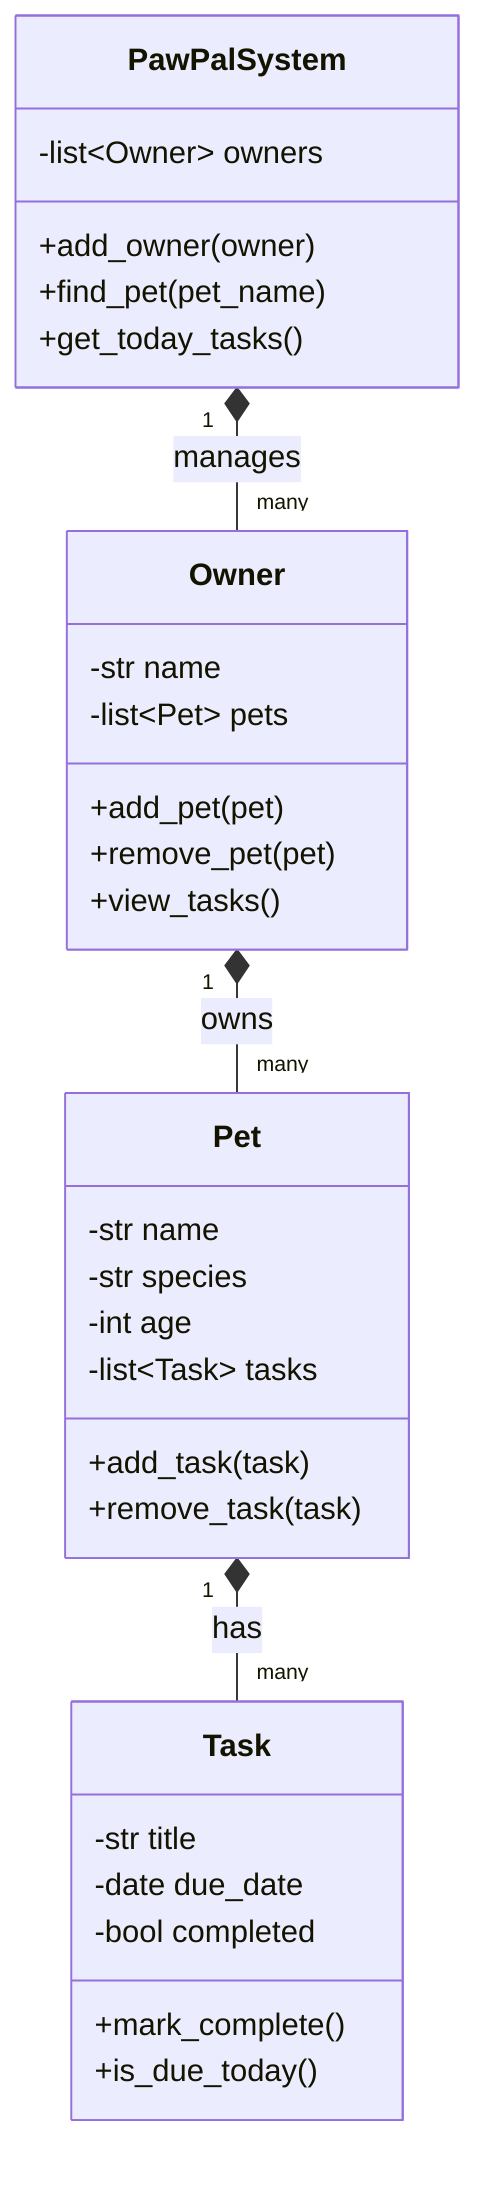
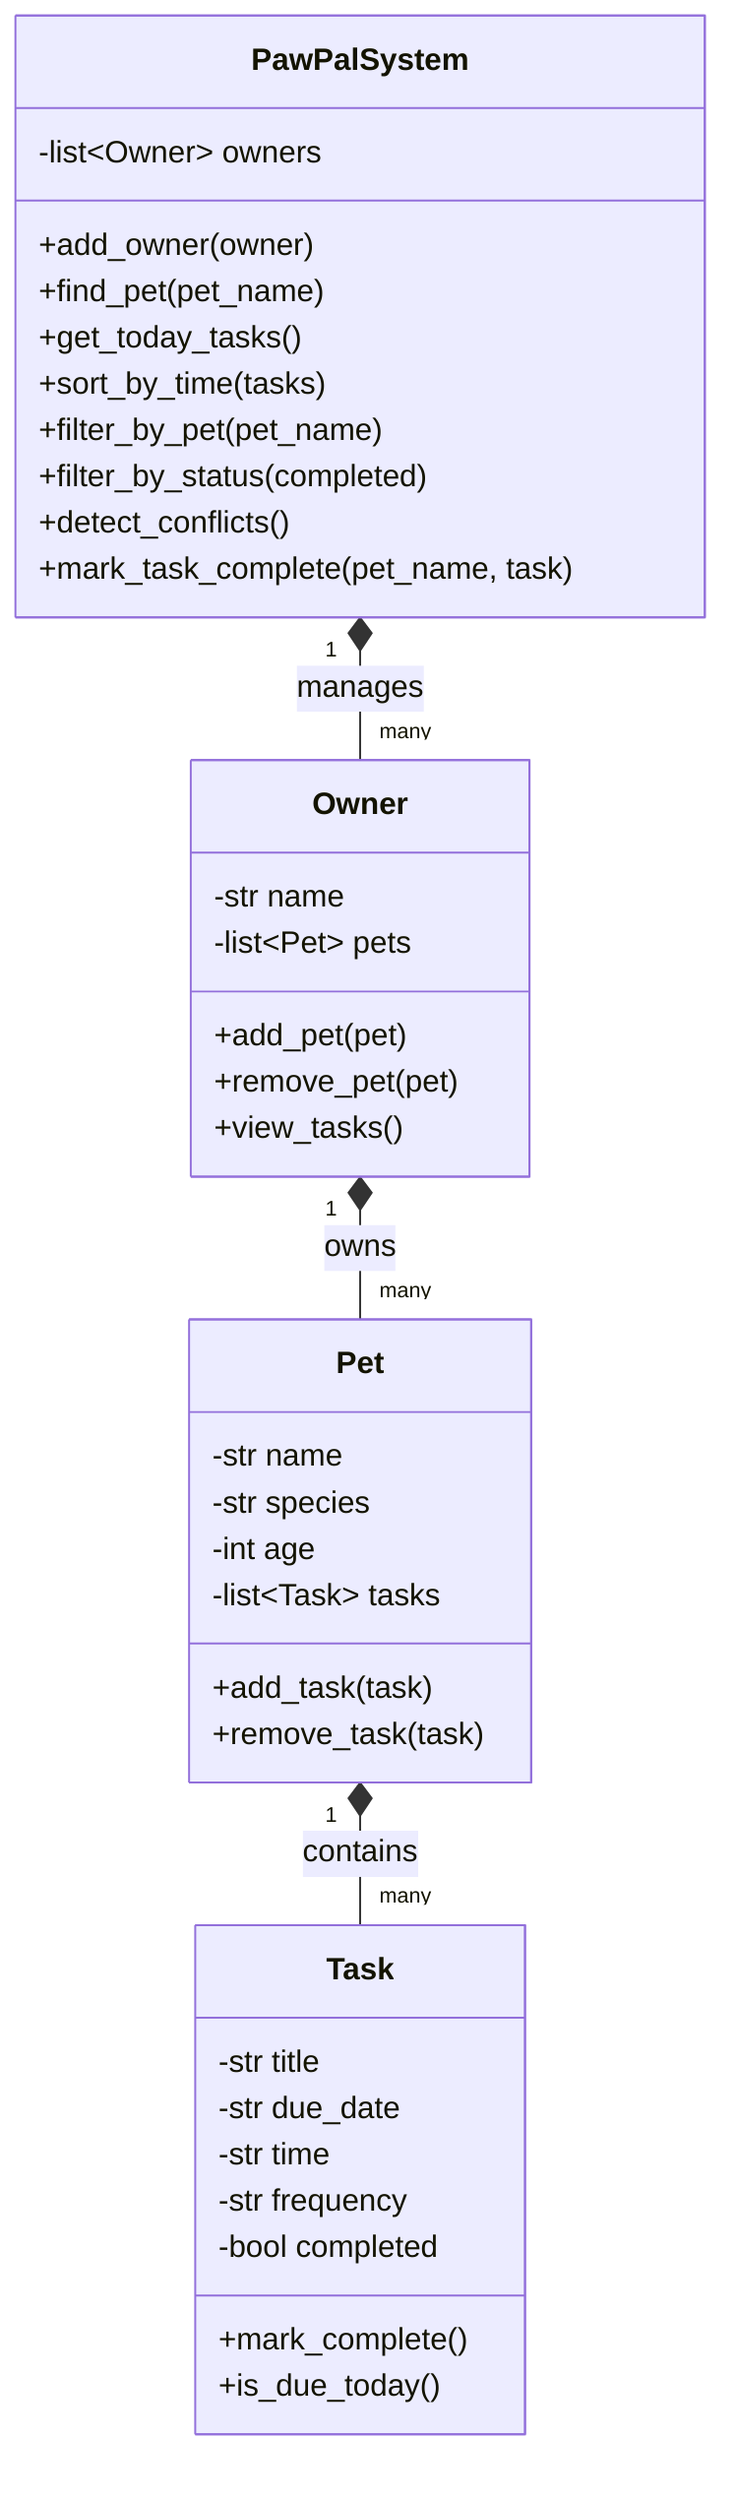
classDiagram
-     class Owner {
-         -str name
-         -list~Pet~ pets
-         +add_pet(pet)
-         +remove_pet(pet)
-         +view_tasks()
-     }

-     class Pet {
-         -str name
-         -str species
-         -int age
-         -list~Task~ tasks
-         +add_task(task)
-         +remove_task(task)
-     }
+ class Owner {
+     -str name
+     -list~Pet~ pets
+     +add_pet(pet)
+     +remove_pet(pet)
+     +view_tasks()
+ }

-     class Task {
-         -str title
-         -date due_date
-         -bool completed
-         +mark_complete()
-         +is_due_today()
-     }
+ class Pet {
+     -str name
+     -str species
+     -int age
+     -list~Task~ tasks
+     +add_task(task)
+     +remove_task(task)
+ }

-     class PawPalSystem {
-         -list~Owner~ owners
-         +add_owner(owner)
-         +find_pet(pet_name)
-         +get_today_tasks()
-     }
+ class Task {
+     -str title
+     -str due_date
+     -str time
+     -str frequency
+     -bool completed
+     +mark_complete()
+     +is_due_today()
+ }

-     PawPalSystem "1" *-- "many" Owner : manages
-     Owner "1" *-- "many" Pet : owns
-     Pet "1" *-- "many" Task : has
+ class PawPalSystem {
+     -list~Owner~ owners
+     +add_owner(owner)
+     +find_pet(pet_name)
+     +get_today_tasks()
+     +sort_by_time(tasks)
+     +filter_by_pet(pet_name)
+     +filter_by_status(completed)
+     +detect_conflicts()
+     +mark_task_complete(pet_name, task)
+ }
+ 
+ PawPalSystem "1" *-- "many" Owner : manages
+ Owner "1" *-- "many" Pet : owns
+ Pet "1" *-- "many" Task : contains